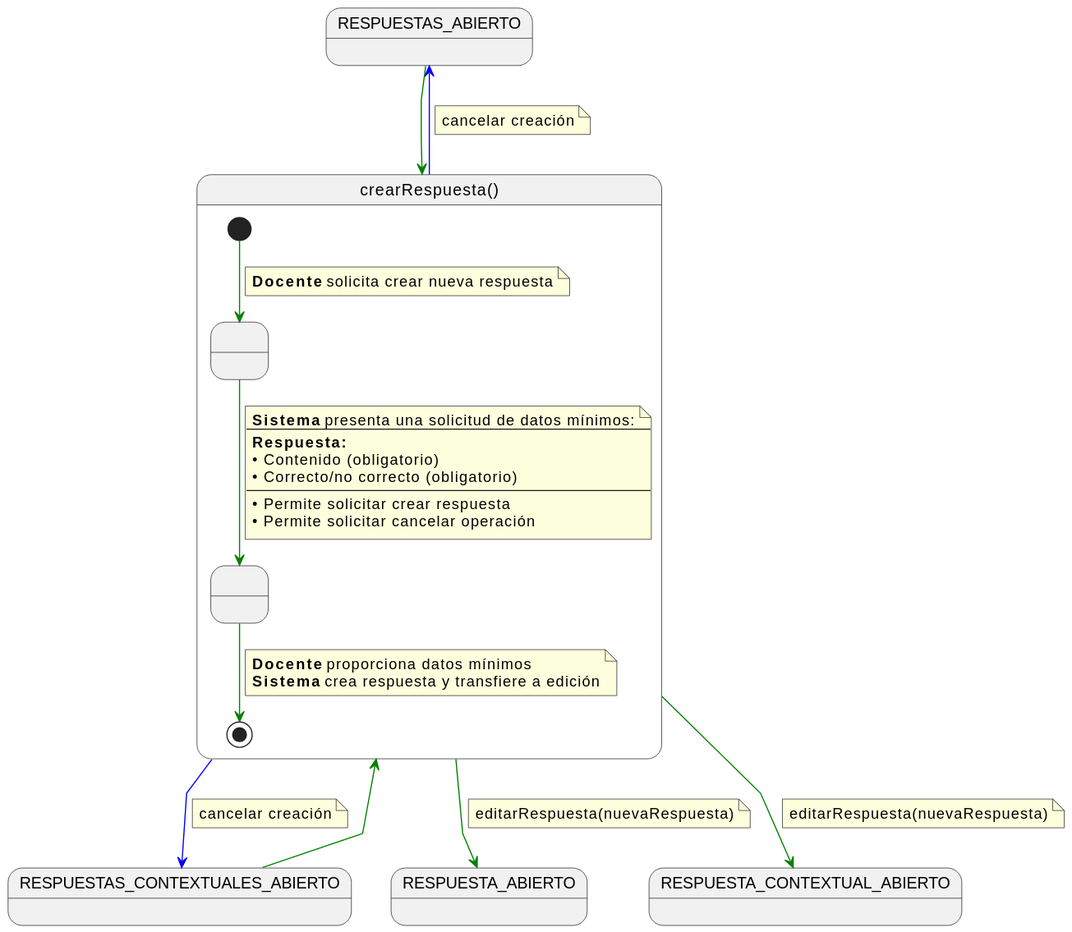
This is documents/casos-de-uso/detalladoCasosDeUso/crearRespuesta/crearRespuesta.svg from martinlopez7/25-26-IdSw1-SdR, a PlantUML export, as it was before one commit.
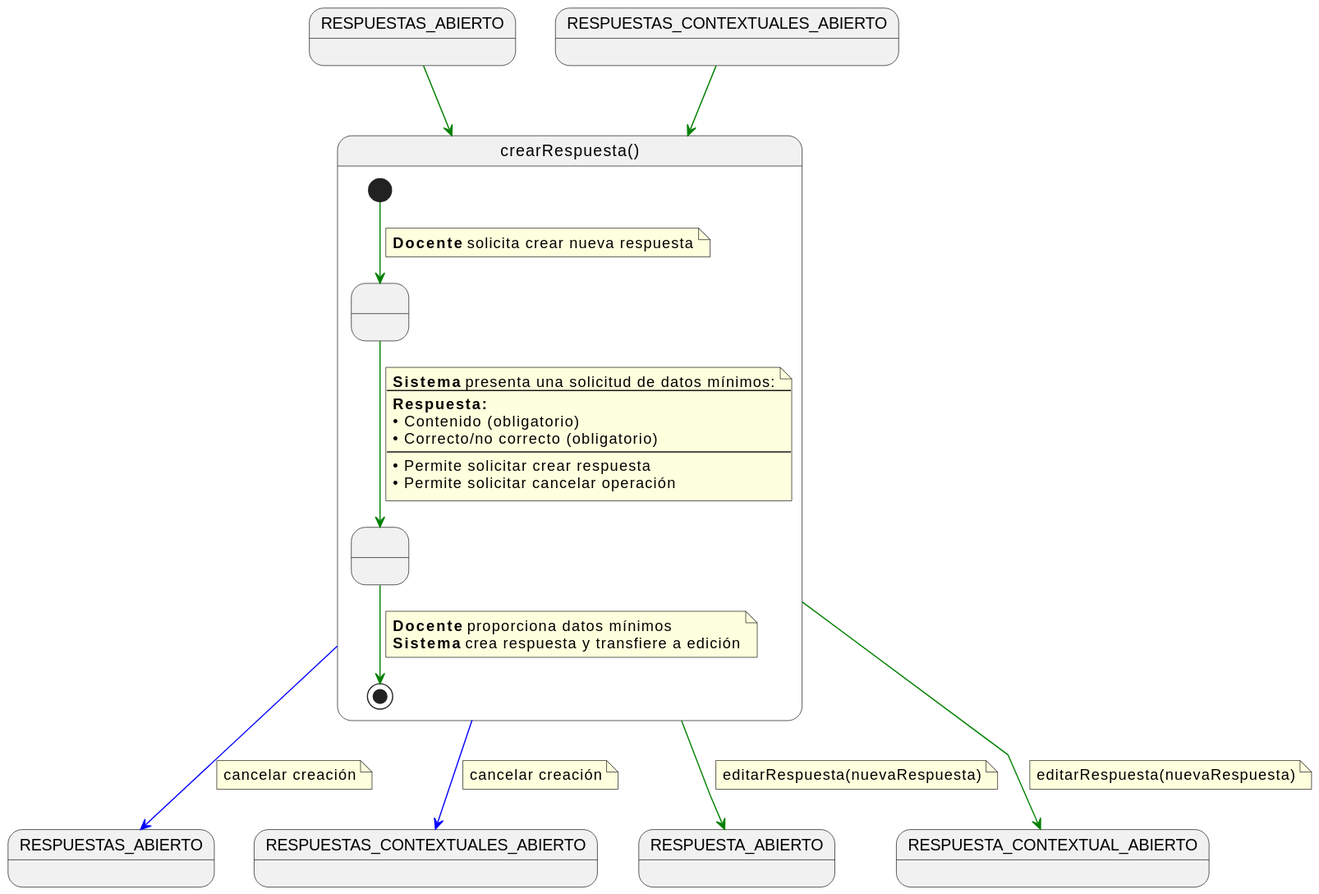
The same file after the commit.

Diff of the diagram source:
```diff
@@ -3,6 +3,8 @@
 
 state RESPUESTAS_ABIERTO
 state RESPUESTAS_CONTEXTUALES_ABIERTO
+state RESPUESTAS_ABIERTO2 as "RESPUESTAS_ABIERTO"
+state RESPUESTAS_CONTEXTUALES_ABIERTO2 as "RESPUESTAS_CONTEXTUALES_ABIERTO"
 
 RESPUESTAS_ABIERTO -[#green]-> crearRespuesta
 RESPUESTAS_CONTEXTUALES_ABIERTO -[#green]-> crearRespuesta
@@ -46,12 +48,12 @@
 editarRespuesta(nuevaRespuesta)
 end note
 
-crearRespuesta -[#blue]-> RESPUESTAS_ABIERTO
+crearRespuesta -[#blue]-> RESPUESTAS_ABIERTO2
 note on link
 cancelar creación
 end note
 
-crearRespuesta -[#blue]-> RESPUESTAS_CONTEXTUALES_ABIERTO
+crearRespuesta -[#blue]-> RESPUESTAS_CONTEXTUALES_ABIERTO2
 note on link
 cancelar creación
 end note
```
